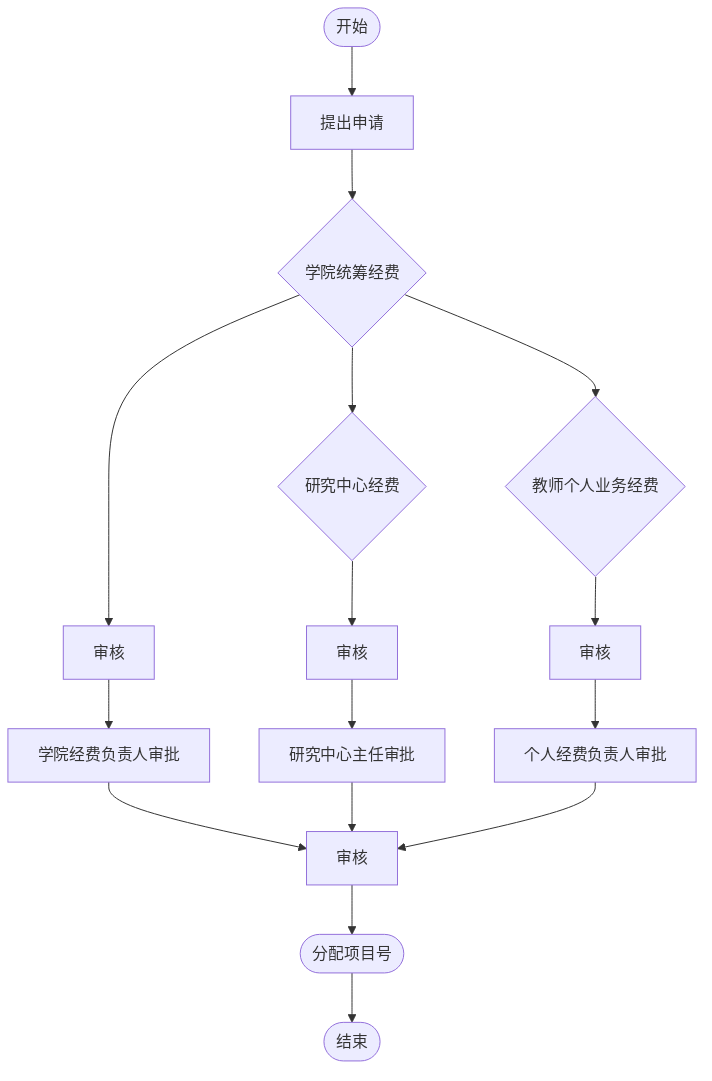
AmyIvan/work1 keeps this Mermaid diagram as outline2flow/flow_outputs/page_63.png. Above is the earlier version. Its source is kept beside it as outline2flow/mmd_outputs/page_63.mmd. The source it was exported from:
```mermaid
flowchart TD
    Start(["开始"]) --> A[提出申请]
    A --> B1{学院统筹经费}
    B1 --> C1[审核]
    C1 --> D1[学院经费负责人审批]
    B1 --> B2{研究中心经费}
    B2 --> C2[审核]
    C2 --> D2[研究中心主任审批]
    B1 --> B3{教师个人业务经费}
    B3 --> C3[审核]
    C3 --> D3[个人经费负责人审批]
    D1 --> E[审核]
    D2 --> E
    D3 --> E
    E --> F(["分配项目号"])
    F --> End(["结束"])
```
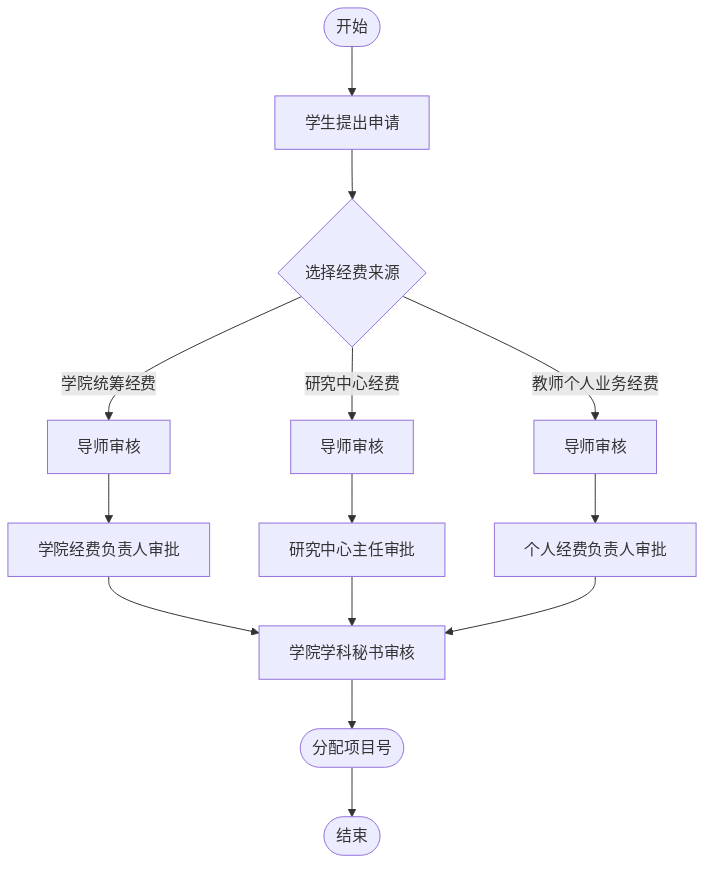
The same diagram one commit later.

Change to the diagram source:
```diff
@@ -1,16 +1,8 @@
 flowchart TD
-    Start(["开始"]) --> A[提出申请]
-    A --> B1{学院统筹经费}
-    B1 --> C1[审核]
-    C1 --> D1[学院经费负责人审批]
-    B1 --> B2{研究中心经费}
-    B2 --> C2[审核]
-    C2 --> D2[研究中心主任审批]
-    B1 --> B3{教师个人业务经费}
-    B3 --> C3[审核]
-    C3 --> D3[个人经费负责人审批]
-    D1 --> E[审核]
-    D2 --> E
-    D3 --> E
-    E --> F(["分配项目号"])
-    F --> End(["结束"])
+    A([开始]) --> B[学生提出申请]
+    B --> C{选择经费来源}
+    C -->|学院统筹经费| D[导师审核] --> E[学院经费负责人审批] --> F[学院学科秘书审核]
+    C -->|研究中心经费| G[导师审核] --> H[研究中心主任审批] --> F
+    C -->|教师个人业务经费| I[导师审核] --> J[个人经费负责人审批] --> F
+    F --> K([分配项目号])
+    K --> L([结束])
```
